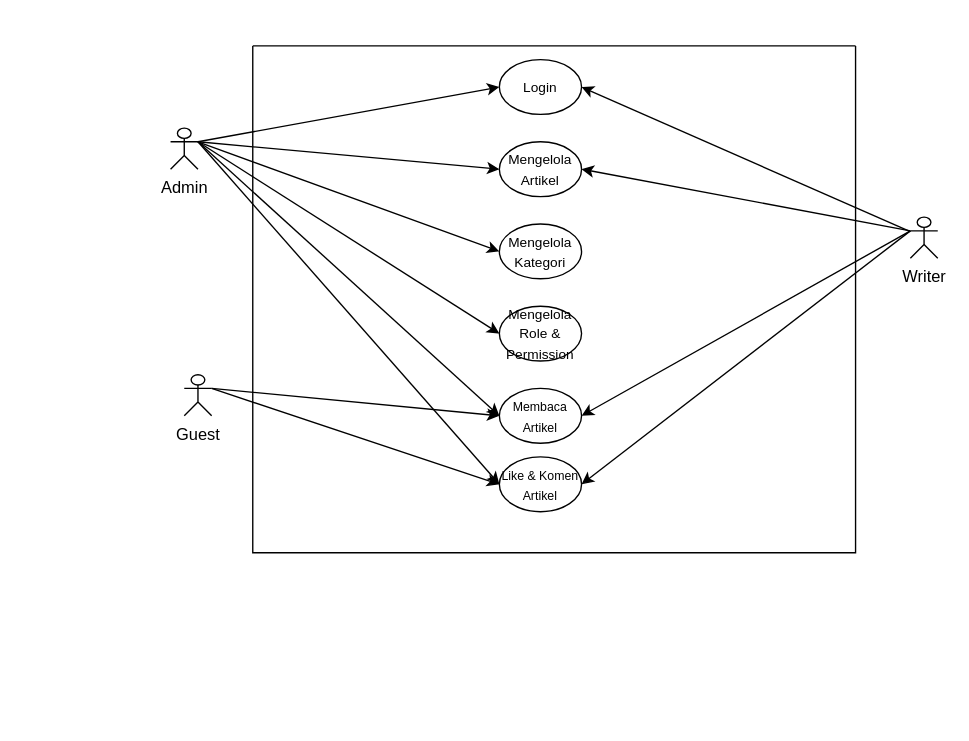
Earlier version of the draw.io diagram use case.drawio (EnjoyUrLife69/ARTICLE). Source tidied: cells renumbered, new cells numbered last; positions are measured from the earlier drawing's top-left corner, leaving out a move shared by most shapes. Both pictures are drawn from the tidied source at 137%, with x=0, y=0 at pixel (170, 45).
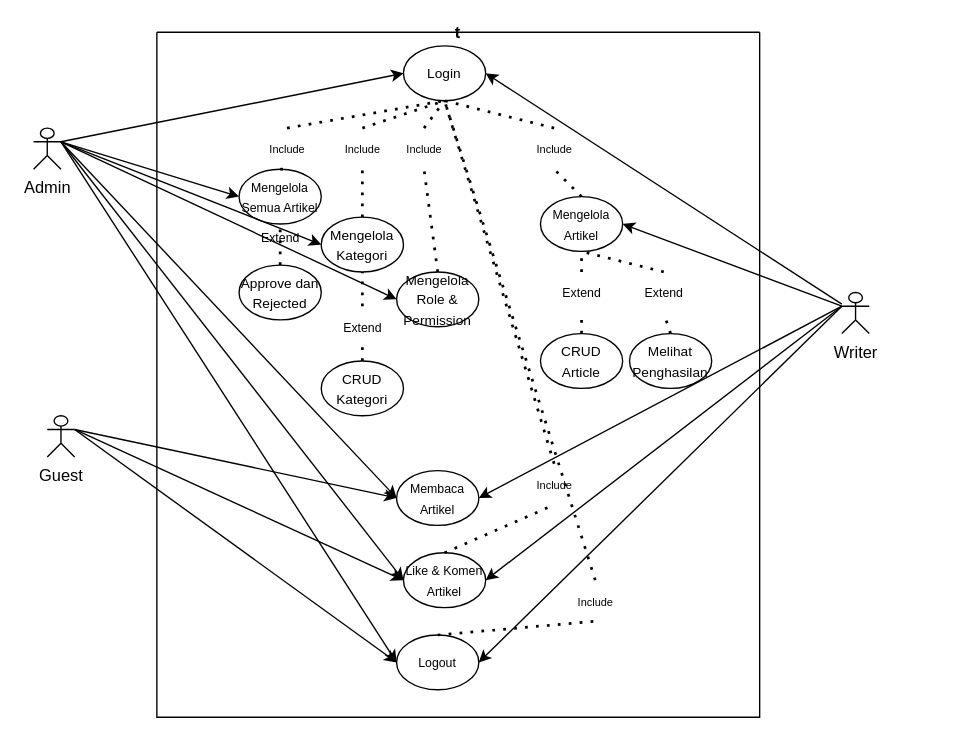
After the change.

Unchanged cells that the change refers to:
```xml
<mxCell id="8" value="&lt;font size=&quot;1&quot;&gt;Login&lt;/font&gt;" style="ellipse;whiteSpace=wrap;html=1;" parent="3" vertex="1">
  <mxGeometry x="180" y="10" width="60" height="40" as="geometry" />
</mxCell>
```

The edit, as a diff of the source:
```diff
@@
     <mxCell id="2" value="Admin" style="shape=umlActor;verticalLabelPosition=bottom;verticalAlign=top;html=1;outlineConnect=0;" parent="1" vertex="1">
-      <mxGeometry y="60" width="20" height="30" as="geometry" />
+      <mxGeometry x="-100" y="60" width="20" height="30" as="geometry" />
     </mxCell>
-    <mxCell id="3" style="swimlane;startSize=0;" parent="1" vertex="1">
-      <mxGeometry x="60" width="440" height="370" as="geometry" />
+    <mxCell id="3" value="t" style="swimlane;startSize=0;" parent="1" vertex="1">
+      <mxGeometry x="-10" y="-10" width="440" height="500" as="geometry" />
     </mxCell>
     <mxCell id="4" value="&lt;font style=&quot;font-size: 9px;&quot;&gt;Membaca&lt;/font&gt;&lt;div&gt;&lt;font style=&quot;font-size: 9px;&quot;&gt;Artikel&lt;/font&gt;&lt;/div&gt;" style="ellipse;whiteSpace=wrap;html=1;" parent="3" vertex="1">
-      <mxGeometry x="180" y="250" width="60" height="40" as="geometry" />
+      <mxGeometry x="175" y="320" width="60" height="40" as="geometry" />
     </mxCell>
-    <mxCell id="5" value="&lt;font size=&quot;1&quot;&gt;Mengelola&lt;/font&gt;&lt;div&gt;&lt;font size=&quot;1&quot;&gt;Artikel&lt;/font&gt;&lt;/div&gt;" style="ellipse;whiteSpace=wrap;html=1;" parent="3" vertex="1">
-      <mxGeometry x="180" y="70" width="60" height="40" as="geometry" />
+    <mxCell id="5" value="&lt;font style=&quot;font-size: 9px;&quot;&gt;Mengelola&lt;/font&gt;&lt;div&gt;&lt;font style=&quot;font-size: 9px;&quot;&gt;Semua Artikel&lt;/font&gt;&lt;/div&gt;" style="ellipse;whiteSpace=wrap;html=1;" parent="3" vertex="1">
+      <mxGeometry x="60" y="100" width="60" height="40" as="geometry" />
     </mxCell>
     <mxCell id="6" value="&lt;font size=&quot;1&quot;&gt;Mengelola&lt;/font&gt;&lt;div&gt;&lt;font size=&quot;1&quot;&gt;Kategori&lt;/font&gt;&lt;/div&gt;" style="ellipse;whiteSpace=wrap;html=1;" parent="3" vertex="1">
-      <mxGeometry x="180" y="130" width="60" height="40" as="geometry" />
+      <mxGeometry x="120" y="135" width="60" height="40" as="geometry" />
     </mxCell>
     <mxCell id="7" value="&lt;font size=&quot;1&quot;&gt;Mengelola&lt;/font&gt;&lt;div&gt;&lt;font size=&quot;1&quot;&gt;Role &amp;amp; Permission&lt;/font&gt;&lt;/div&gt;" style="ellipse;whiteSpace=wrap;html=1;" parent="3" vertex="1">
-      <mxGeometry x="180" y="190" width="60" height="40" as="geometry" />
+      <mxGeometry x="175" y="175" width="60" height="40" as="geometry" />
     </mxCell>
@@
     <mxCell id="9" value="&lt;font style=&quot;font-size: 9px;&quot;&gt;Like &amp;amp; Komen Artikel&lt;/font&gt;" style="ellipse;whiteSpace=wrap;html=1;" parent="3" vertex="1">
-      <mxGeometry x="180" y="300" width="60" height="40" as="geometry" />
+      <mxGeometry x="180" y="380" width="60" height="40" as="geometry" />
     </mxCell>
+    <mxCell id="24" style="endArrow=none;dashed=1;html=1;dashPattern=1 3;strokeWidth=2;rounded=0;entryX=0.5;entryY=1;entryDx=0;entryDy=0;exitX=0.5;exitY=0;exitDx=0;exitDy=0;" parent="3" edge="1" source="30" target="8">
+      <mxGeometry relative="1" as="geometry" />
+    </mxCell>
+    <mxCell id="25" style="endArrow=none;dashed=1;html=1;dashPattern=1 3;strokeWidth=2;rounded=0;entryX=0.5;entryY=1;entryDx=0;entryDy=0;exitX=0.5;exitY=0;exitDx=0;exitDy=0;" parent="3" edge="1" source="27" target="8">
+      <mxGeometry relative="1" as="geometry" />
+    </mxCell>
+    <mxCell id="26" style="endArrow=none;dashed=1;html=1;dashPattern=1 3;strokeWidth=2;rounded=0;entryX=0.5;entryY=1;entryDx=0;entryDy=0;exitX=0.5;exitY=0;exitDx=0;exitDy=0;" parent="3" edge="1" source="35" target="8">
+      <mxGeometry relative="1" as="geometry" />
+    </mxCell>
+    <mxCell id="27" value="&lt;font style=&quot;font-size: 8px;&quot;&gt;Include&lt;/font&gt;" style="text;html=1;align=center;verticalAlign=middle;points=[];strokeColor=none;fillColor=none;" parent="3" vertex="1">
+      <mxGeometry x="125" y="70" width="50" height="30" as="geometry" />
+    </mxCell>
+    <mxCell id="28" style="endArrow=none;dashed=1;html=1;dashPattern=1 3;strokeWidth=2;rounded=0;entryX=0.5;entryY=1;entryDx=0;entryDy=0;exitX=0.5;exitY=0;exitDx=0;exitDy=0;" parent="3" edge="1" source="6" target="27">
+      <mxGeometry relative="1" as="geometry" />
+    </mxCell>
+    <mxCell id="29" style="endArrow=none;dashed=1;html=1;dashPattern=1 3;strokeWidth=2;rounded=0;entryX=0.5;entryY=1;entryDx=0;entryDy=0;exitX=0.5;exitY=0;exitDx=0;exitDy=0;" parent="3" edge="1" source="5" target="30">
+      <mxGeometry relative="1" as="geometry" />
+    </mxCell>
+    <mxCell id="30" value="&lt;span style=&quot;font-size: 8px;&quot;&gt;Include&lt;/span&gt;" style="text;html=1;align=center;verticalAlign=middle;points=[];strokeColor=none;fillColor=none;" parent="3" vertex="1">
+      <mxGeometry x="70" y="70" width="50" height="30" as="geometry" />
+    </mxCell>
+    <mxCell id="31" style="endArrow=none;dashed=1;html=1;dashPattern=1 3;strokeWidth=2;rounded=0;entryX=0.5;entryY=1;entryDx=0;entryDy=0;exitX=0.5;exitY=0;exitDx=0;exitDy=0;" parent="3" edge="1" source="32" target="8">
+      <mxGeometry relative="1" as="geometry" />
+    </mxCell>
+    <mxCell id="32" value="&lt;span style=&quot;font-size: 8px;&quot;&gt;Include&lt;/span&gt;" style="text;html=1;align=center;verticalAlign=middle;points=[];strokeColor=none;fillColor=none;" parent="3" vertex="1">
+      <mxGeometry x="265" y="315" width="50" height="30" as="geometry" />
+    </mxCell>
+    <mxCell id="33" style="endArrow=none;dashed=1;html=1;dashPattern=1 3;strokeWidth=2;rounded=0;entryX=0.5;entryY=1;entryDx=0;entryDy=0;exitX=0.5;exitY=0;exitDx=0;exitDy=0;" parent="3" edge="1" source="9" target="32">
+      <mxGeometry relative="1" as="geometry" />
+    </mxCell>
+    <mxCell id="34" style="endArrow=none;dashed=1;html=1;dashPattern=1 3;strokeWidth=2;rounded=0;entryX=0.5;entryY=1;entryDx=0;entryDy=0;exitX=0.5;exitY=0;exitDx=0;exitDy=0;" parent="3" edge="1" source="7" target="35">
+      <mxGeometry relative="1" as="geometry" />
+    </mxCell>
+    <mxCell id="35" value="&lt;span style=&quot;font-size: 8px;&quot;&gt;Include&lt;/span&gt;" style="text;html=1;align=center;verticalAlign=middle;points=[];strokeColor=none;fillColor=none;" parent="3" vertex="1">
+      <mxGeometry x="170" y="70" width="50" height="30" as="geometry" />
+    </mxCell>
+    <mxCell id="36" style="endArrow=none;dashed=1;html=1;dashPattern=1 3;strokeWidth=2;rounded=0;entryX=0.5;entryY=1;entryDx=0;entryDy=0;exitX=0.5;exitY=0;exitDx=0;exitDy=0;" parent="3" edge="1" source="41" target="5">
+      <mxGeometry relative="1" as="geometry" />
+    </mxCell>
+    <mxCell id="37" value="&lt;font style=&quot;font-size: 9px;&quot;&gt;Mengelola&lt;/font&gt;&lt;div&gt;&lt;span style=&quot;font-size: 9px; background-color: transparent; color: light-dark(rgb(0, 0, 0), rgb(255, 255, 255));&quot;&gt;Artikel&lt;/span&gt;&lt;/div&gt;" style="ellipse;whiteSpace=wrap;html=1;" parent="3" vertex="1">
+      <mxGeometry x="280" y="120" width="60" height="40" as="geometry" />
+    </mxCell>
+    <mxCell id="38" style="endArrow=none;dashed=1;html=1;dashPattern=1 3;strokeWidth=2;rounded=0;entryX=0.5;entryY=1;entryDx=0;entryDy=0;exitX=0.5;exitY=0;exitDx=0;exitDy=0;" parent="3" edge="1" source="39" target="8">
+      <mxGeometry relative="1" as="geometry" />
+    </mxCell>
+    <mxCell id="39" value="&lt;span style=&quot;font-size: 8px;&quot;&gt;Include&lt;/span&gt;" style="text;html=1;align=center;verticalAlign=middle;points=[];strokeColor=none;fillColor=none;" parent="3" vertex="1">
+      <mxGeometry x="265" y="70" width="50" height="30" as="geometry" />
+    </mxCell>
+    <mxCell id="40" style="endArrow=none;dashed=1;html=1;dashPattern=1 3;strokeWidth=2;rounded=0;entryX=0.5;entryY=1;entryDx=0;entryDy=0;exitX=0.5;exitY=0;exitDx=0;exitDy=0;" parent="3" edge="1" source="37" target="39">
+      <mxGeometry relative="1" as="geometry" />
+    </mxCell>
+    <mxCell id="41" value="&lt;font size=&quot;1&quot;&gt;Approve dan Rejected&lt;/font&gt;" style="ellipse;whiteSpace=wrap;html=1;" parent="3" vertex="1">
+      <mxGeometry x="60" y="170" width="60" height="40" as="geometry" />
+    </mxCell>
+    <mxCell id="42" value="&lt;font size=&quot;1&quot;&gt;CRUD&lt;/font&gt;&lt;div&gt;&lt;font size=&quot;1&quot;&gt;Article&lt;/font&gt;&lt;/div&gt;" style="ellipse;whiteSpace=wrap;html=1;" parent="3" vertex="1">
+      <mxGeometry x="280" y="220" width="60" height="40" as="geometry" />
+    </mxCell>
+    <mxCell id="43" style="endArrow=none;dashed=1;html=1;dashPattern=1 3;strokeWidth=2;rounded=0;entryX=0.5;entryY=1;entryDx=0;entryDy=0;exitX=0.5;exitY=0;exitDx=0;exitDy=0;" parent="3" edge="1" source="45" target="37">
+      <mxGeometry relative="1" as="geometry" />
+    </mxCell>
+    <mxCell id="44" style="endArrow=none;dashed=1;html=1;dashPattern=1 3;strokeWidth=2;rounded=0;entryX=0.5;entryY=1;entryDx=0;entryDy=0;exitX=0.5;exitY=0;exitDx=0;exitDy=0;" parent="3" edge="1" source="42" target="45">
+      <mxGeometry relative="1" as="geometry" />
+    </mxCell>
+    <mxCell id="45" value="&lt;font style=&quot;font-size: 9px;&quot;&gt;Extend&lt;/font&gt;" style="text;html=1;align=center;verticalAlign=middle;points=[];strokeColor=none;fillColor=none;" parent="3" vertex="1">
+      <mxGeometry x="285" y="175" width="50" height="30" as="geometry" />
+    </mxCell>
+    <mxCell id="46" value="&lt;font size=&quot;1&quot;&gt;Melihat&lt;/font&gt;&lt;div&gt;&lt;font size=&quot;1&quot;&gt;Penghasilan&lt;/font&gt;&lt;/div&gt;" style="ellipse;whiteSpace=wrap;html=1;" parent="3" vertex="1">
+      <mxGeometry x="345" y="220" width="60" height="40" as="geometry" />
+    </mxCell>
+    <mxCell id="47" style="endArrow=none;dashed=1;html=1;dashPattern=1 3;strokeWidth=2;rounded=0;exitX=0.5;exitY=0;exitDx=0;exitDy=0;entryX=0.5;entryY=1;entryDx=0;entryDy=0;" parent="3" edge="1" source="48" target="37">
+      <mxGeometry relative="1" as="geometry" />
+    </mxCell>
+    <mxCell id="48" value="&lt;font style=&quot;font-size: 9px;&quot;&gt;Extend&lt;/font&gt;" style="text;html=1;align=center;verticalAlign=middle;points=[];strokeColor=none;fillColor=none;" parent="3" vertex="1">
+      <mxGeometry x="345" y="175" width="50" height="30" as="geometry" />
+    </mxCell>
+    <mxCell id="49" style="endArrow=none;dashed=1;html=1;dashPattern=1 3;strokeWidth=2;rounded=0;exitX=0.5;exitY=0;exitDx=0;exitDy=0;entryX=0.5;entryY=1;entryDx=0;entryDy=0;" parent="3" edge="1" source="46" target="48">
+      <mxGeometry relative="1" as="geometry" />
+    </mxCell>
+    <mxCell id="50" value="&lt;font style=&quot;font-size: 9px;&quot;&gt;Extend&lt;/font&gt;" style="text;html=1;align=center;verticalAlign=middle;strokeColor=none;fillColor=none;" parent="3" vertex="1">
+      <mxGeometry x="65" y="135" width="50" height="30" as="geometry" />
+    </mxCell>
+    <mxCell id="51" value="&lt;font style=&quot;font-size: 9px;&quot;&gt;Logout&lt;/font&gt;" style="ellipse;whiteSpace=wrap;html=1;" parent="3" vertex="1">
+      <mxGeometry x="175" y="440" width="60" height="40" as="geometry" />
+    </mxCell>
+    <mxCell id="52" style="endArrow=none;dashed=1;html=1;dashPattern=1 3;strokeWidth=2;rounded=0;entryX=0.5;entryY=1;entryDx=0;entryDy=0;exitX=0.5;exitY=0;exitDx=0;exitDy=0;" parent="3" edge="1" source="53" target="8">
+      <mxGeometry relative="1" as="geometry" />
+    </mxCell>
+    <mxCell id="53" value="&lt;span style=&quot;font-size: 8px;&quot;&gt;Include&lt;/span&gt;" style="text;html=1;align=center;verticalAlign=middle;points=[];strokeColor=none;fillColor=none;" parent="3" vertex="1">
+      <mxGeometry x="295" y="400" width="50" height="30" as="geometry" />
+    </mxCell>
+    <mxCell id="54" style="endArrow=none;dashed=1;html=1;dashPattern=1 3;strokeWidth=2;rounded=0;entryX=0.5;entryY=1;entryDx=0;entryDy=0;exitX=0.5;exitY=0;exitDx=0;exitDy=0;" parent="3" edge="1" source="51" target="53">
+      <mxGeometry relative="1" as="geometry" />
+    </mxCell>
+    <mxCell id="55" value="&lt;font size=&quot;1&quot;&gt;CRUD&lt;/font&gt;&lt;div&gt;&lt;font size=&quot;1&quot;&gt;Kategori&lt;/font&gt;&lt;/div&gt;" style="ellipse;whiteSpace=wrap;html=1;" parent="3" vertex="1">
+      <mxGeometry x="120" y="240" width="60" height="40" as="geometry" />
+    </mxCell>
+    <mxCell id="56" style="endArrow=none;dashed=1;html=1;dashPattern=1 3;strokeWidth=2;rounded=0;exitX=0.5;exitY=0;exitDx=0;exitDy=0;entryX=0.5;entryY=1;entryDx=0;entryDy=0;" parent="3" edge="1" source="57" target="6">
+      <mxGeometry relative="1" as="geometry" />
+    </mxCell>
+    <mxCell id="57" value="&lt;font style=&quot;font-size: 9px;&quot;&gt;Extend&lt;/font&gt;" style="text;html=1;align=center;verticalAlign=middle;points=[];strokeColor=none;fillColor=none;" parent="3" vertex="1">
+      <mxGeometry x="125" y="200" width="50" height="30" as="geometry" />
+    </mxCell>
+    <mxCell id="58" style="endArrow=none;dashed=1;html=1;dashPattern=1 3;strokeWidth=2;rounded=0;exitX=0.5;exitY=0;exitDx=0;exitDy=0;entryX=0.5;entryY=1;entryDx=0;entryDy=0;" parent="3" edge="1" source="55" target="57">
+      <mxGeometry relative="1" as="geometry" />
+    </mxCell>
@@
     <mxCell id="14" value="Writer" style="shape=umlActor;verticalLabelPosition=bottom;verticalAlign=top;html=1;outlineConnect=0;" parent="1" vertex="1">
-      <mxGeometry x="540" y="125" width="20" height="30" as="geometry" />
+      <mxGeometry x="490" y="180" width="20" height="30" as="geometry" />
     </mxCell>
@@
-    <mxCell id="18" style="endArrow=classic;html=1;rounded=0;exitX=0;exitY=0.3333333333333333;exitDx=0;exitDy=0;exitPerimeter=0;entryX=1;entryY=0.5;entryDx=0;entryDy=0;" parent="1" edge="1" source="14" target="5">
-      <mxGeometry relative="1" as="geometry" />
-    </mxCell>
     <mxCell id="19" value="Guest" style="shape=umlActor;verticalLabelPosition=bottom;verticalAlign=top;html=1;outlineConnect=0;" parent="1" vertex="1">
-      <mxGeometry x="10" y="240" width="20" height="30" as="geometry" />
+      <mxGeometry x="-90" y="270" width="20" height="30" as="geometry" />
     </mxCell>
@@
-    <mxCell id="22" style="endArrow=classic;html=1;rounded=0;entryX=0;entryY=0.5;entryDx=0;entryDy=0;" parent="1" edge="1" target="9">
-      <mxGeometry relative="1" as="geometry">
-        <mxPoint x="30" y="250" as="sourcePoint" />
-      </mxGeometry>
+    <mxCell id="22" style="endArrow=classic;html=1;rounded=0;entryX=0;entryY=0.5;entryDx=0;entryDy=0;exitX=1;exitY=0.3333333333333333;exitDx=0;exitDy=0;exitPerimeter=0;" parent="1" edge="1" source="19" target="9">
+      <mxGeometry relative="1" as="geometry" />
     </mxCell>
@@
+    <mxCell id="18" style="endArrow=classic;html=1;rounded=0;exitX=0;exitY=0.3333333333333333;exitDx=0;exitDy=0;exitPerimeter=0;entryX=1;entryY=0.5;entryDx=0;entryDy=0;" parent="1" edge="1" source="14" target="37">
+      <mxGeometry relative="1" as="geometry" />
+    </mxCell>
+    <mxCell id="59" style="endArrow=classic;html=1;rounded=0;exitX=0;exitY=0.3333333333333333;exitDx=0;exitDy=0;exitPerimeter=0;entryX=1;entryY=0.5;entryDx=0;entryDy=0;" parent="1" edge="1" source="14" target="51">
+      <mxGeometry relative="1" as="geometry" />
+    </mxCell>
+    <mxCell id="60" style="endArrow=classic;html=1;rounded=0;exitX=1;exitY=0.3333333333333333;exitDx=0;exitDy=0;exitPerimeter=0;entryX=0;entryY=0.5;entryDx=0;entryDy=0;" parent="1" edge="1" source="19" target="51">
+      <mxGeometry relative="1" as="geometry" />
+    </mxCell>
+    <mxCell id="61" style="endArrow=classic;html=1;rounded=0;exitX=1;exitY=0.3333333333333333;exitDx=0;exitDy=0;exitPerimeter=0;entryX=0;entryY=0.5;entryDx=0;entryDy=0;" parent="1" edge="1" source="2" target="51">
+      <mxGeometry relative="1" as="geometry" />
+    </mxCell>
```
